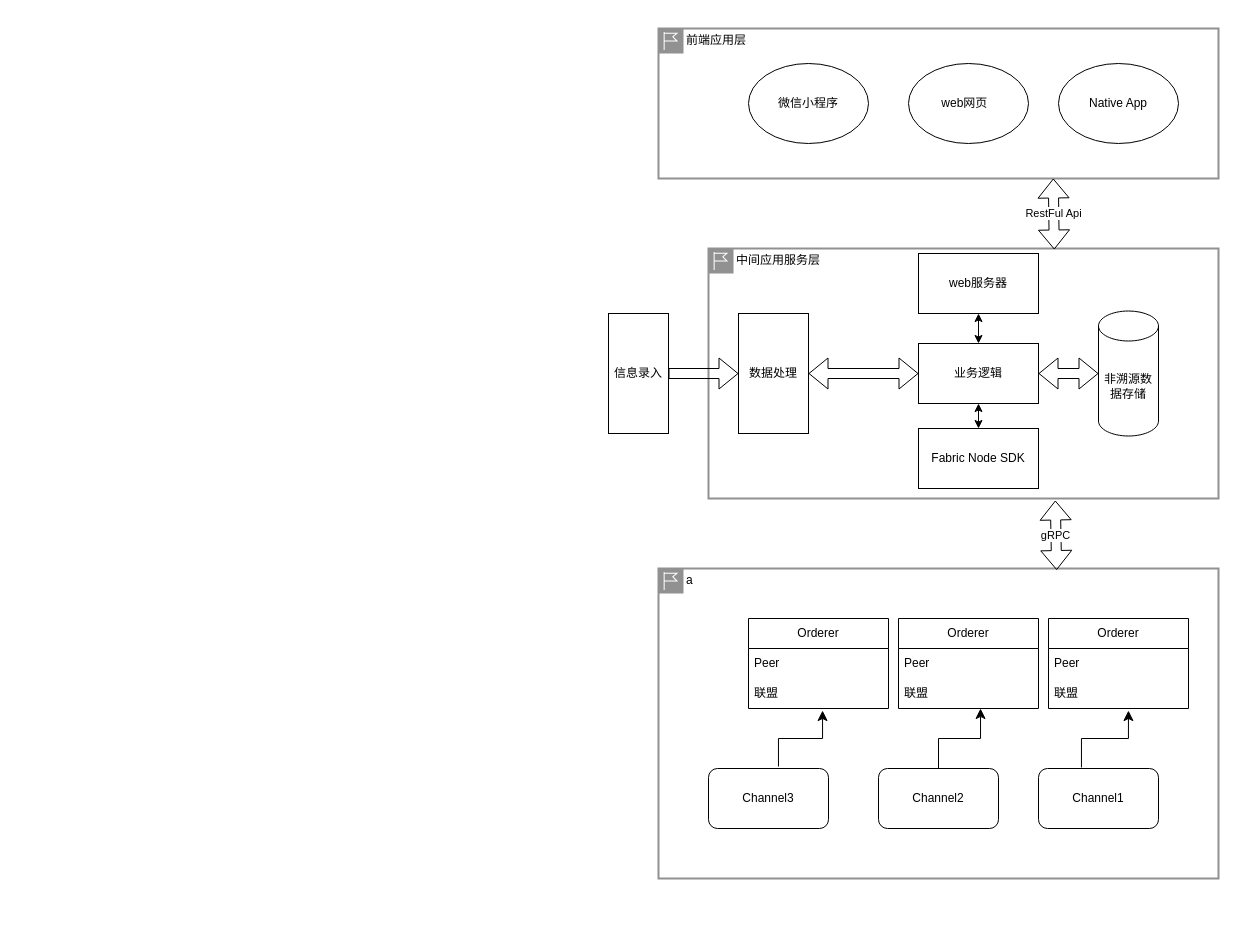
Before: 未命名绘图.drawio in geekxcan/Living-Story, a draw.io diagram. Source tidied: cells renumbered, new cells numbered last; positions are measured from the earlier drawing's top-left corner, leaving out a move shared by most shapes. Both pictures are drawn from the tidied source at 100%, with x=0, y=0 at pixel (608, 28).
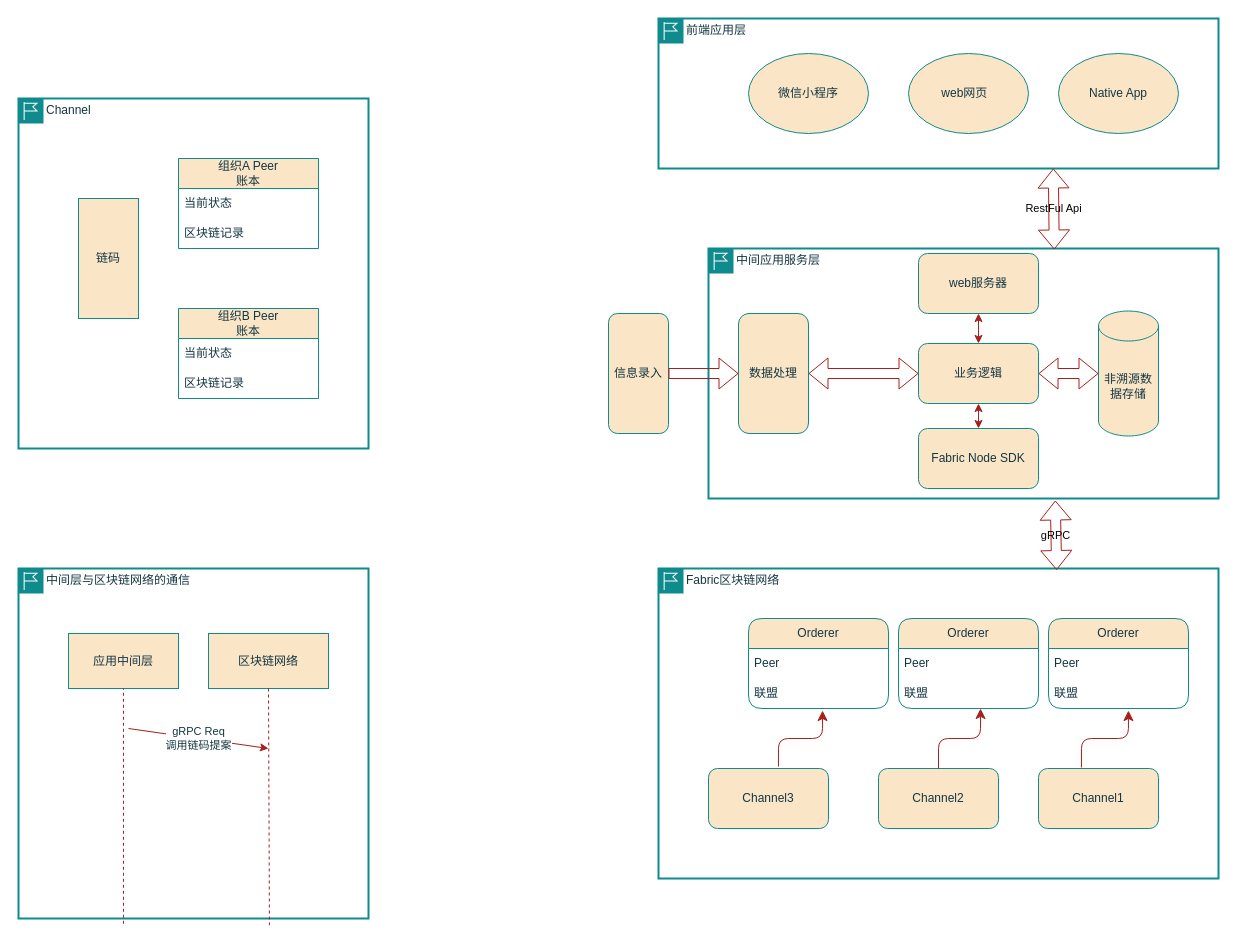
Above is the later version.

Commit message:
更新未命名绘图.drawio

What changed in the source:
```diff
@@
-    <mxCell id="2" value="前端应用层" style="shape=mxgraph.ibm.box;prType=region;fontStyle=0;verticalAlign=top;align=left;spacingLeft=32;spacingTop=4;fillColor=none;rounded=0;whiteSpace=wrap;html=1;strokeColor=#919191;strokeWidth=2;dashed=0;spacing=-4;" parent="1" vertex="1">
-      <mxGeometry x="50" width="560" height="150" as="geometry" />
+    <mxCell id="2" value="前端应用层" style="shape=mxgraph.ibm.box;prType=region;fontStyle=0;verticalAlign=top;align=left;spacingLeft=32;spacingTop=4;fillColor=none;rounded=1;whiteSpace=wrap;html=1;strokeColor=#0F8B8D;strokeWidth=2;dashed=0;spacing=-4;labelBackgroundColor=none;fontColor=#143642;" parent="1" vertex="1">
+      <mxGeometry x="50" y="-10" width="560" height="150" as="geometry" />
     </mxCell>
-    <mxCell id="3" value="微信小程序" style="ellipse;whiteSpace=wrap;html=1;" parent="2" vertex="1">
+    <mxCell id="3" value="微信小程序" style="ellipse;whiteSpace=wrap;html=1;labelBackgroundColor=none;fillColor=#FAE5C7;strokeColor=#0F8B8D;fontColor=#143642;rounded=1;" parent="2" vertex="1">
       <mxGeometry x="90" y="35" width="120" height="80" as="geometry" />
     </mxCell>
-    <mxCell id="4" value="web网页&lt;span style=&quot;white-space: pre;&quot;&gt;&#9;&lt;/span&gt;" style="ellipse;whiteSpace=wrap;html=1;" parent="2" vertex="1">
+    <mxCell id="4" value="web网页&lt;span style=&quot;white-space: pre;&quot;&gt;&#9;&lt;/span&gt;" style="ellipse;whiteSpace=wrap;html=1;labelBackgroundColor=none;fillColor=#FAE5C7;strokeColor=#0F8B8D;fontColor=#143642;rounded=1;" parent="2" vertex="1">
       <mxGeometry x="250" y="35" width="120" height="80" as="geometry" />
     </mxCell>
-    <mxCell id="5" value="Native App" style="ellipse;whiteSpace=wrap;html=1;" parent="2" vertex="1">
+    <mxCell id="5" value="Native App" style="ellipse;whiteSpace=wrap;html=1;labelBackgroundColor=none;fillColor=#FAE5C7;strokeColor=#0F8B8D;fontColor=#143642;rounded=1;" parent="2" vertex="1">
       <mxGeometry x="400" y="35" width="120" height="80" as="geometry" />
     </mxCell>
-    <mxCell id="6" value="中间应用服务层" style="shape=mxgraph.ibm.box;prType=region;fontStyle=0;verticalAlign=top;align=left;spacingLeft=32;spacingTop=4;fillColor=none;rounded=0;whiteSpace=wrap;html=1;strokeColor=#919191;strokeWidth=2;dashed=0;spacing=-4;" parent="1" vertex="1">
+    <mxCell id="6" value="中间应用服务层" style="shape=mxgraph.ibm.box;prType=region;fontStyle=0;verticalAlign=top;align=left;spacingLeft=32;spacingTop=4;fillColor=none;rounded=1;whiteSpace=wrap;html=1;strokeColor=#0F8B8D;strokeWidth=2;dashed=0;spacing=-4;labelBackgroundColor=none;fontColor=#143642;" parent="1" vertex="1">
       <mxGeometry x="100" y="220" width="510" height="250" as="geometry" />
     </mxCell>
-    <mxCell id="7" style="edgeStyle=orthogonalEdgeStyle;rounded=0;jettySize=auto;html=1;exitX=0.5;exitY=1;exitDx=0;exitDy=0;startArrow=classic;startFill=1;" parent="6" edge="1" source="8" target="10">
+    <mxCell id="7" style="edgeStyle=orthogonalEdgeStyle;rounded=1;jettySize=auto;html=1;exitX=0.5;exitY=1;exitDx=0;exitDy=0;startArrow=classic;startFill=1;labelBackgroundColor=none;strokeColor=#A8201A;fontColor=default;" parent="6" edge="1" source="8" target="10">
       <mxGeometry relative="1" as="geometry" />
     </mxCell>
-    <mxCell id="8" value="web服务器" style="rounded=0;whiteSpace=wrap;html=1;" parent="6" vertex="1">
+    <mxCell id="8" value="web服务器" style="rounded=1;whiteSpace=wrap;html=1;labelBackgroundColor=none;fillColor=#FAE5C7;strokeColor=#0F8B8D;fontColor=#143642;" parent="6" vertex="1">
       <mxGeometry x="210" y="5" width="120" height="60" as="geometry" />
     </mxCell>
-    <mxCell id="9" style="edgeStyle=orthogonalEdgeStyle;rounded=0;jettySize=auto;html=1;exitX=0.5;exitY=1;exitDx=0;exitDy=0;entryX=0.5;entryY=0;entryDx=0;entryDy=0;startArrow=classic;startFill=1;" parent="6" edge="1" source="10" target="11">
+    <mxCell id="9" style="edgeStyle=orthogonalEdgeStyle;rounded=1;jettySize=auto;html=1;exitX=0.5;exitY=1;exitDx=0;exitDy=0;entryX=0.5;entryY=0;entryDx=0;entryDy=0;startArrow=classic;startFill=1;labelBackgroundColor=none;strokeColor=#A8201A;fontColor=default;" parent="6" edge="1" source="10" target="11">
       <mxGeometry relative="1" as="geometry" />
     </mxCell>
-    <mxCell id="10" value="业务逻辑" style="rounded=0;whiteSpace=wrap;html=1;" parent="6" vertex="1">
+    <mxCell id="10" value="业务逻辑" style="rounded=1;whiteSpace=wrap;html=1;labelBackgroundColor=none;fillColor=#FAE5C7;strokeColor=#0F8B8D;fontColor=#143642;" parent="6" vertex="1">
       <mxGeometry x="210" y="95" width="120" height="60" as="geometry" />
     </mxCell>
-    <mxCell id="11" value="Fabric Node SDK" style="rounded=0;whiteSpace=wrap;html=1;" parent="6" vertex="1">
+    <mxCell id="11" value="Fabric Node SDK" style="rounded=1;whiteSpace=wrap;html=1;labelBackgroundColor=none;fillColor=#FAE5C7;strokeColor=#0F8B8D;fontColor=#143642;" parent="6" vertex="1">
       <mxGeometry x="210" y="180" width="120" height="60" as="geometry" />
     </mxCell>
-    <mxCell id="12" value="非溯源数据存储" style="shape=cylinder3;whiteSpace=wrap;html=1;boundedLbl=1;backgroundOutline=1;size=15;" parent="6" vertex="1">
+    <mxCell id="12" value="非溯源数据存储" style="shape=cylinder3;whiteSpace=wrap;html=1;boundedLbl=1;backgroundOutline=1;size=15;labelBackgroundColor=none;fillColor=#FAE5C7;strokeColor=#0F8B8D;fontColor=#143642;rounded=1;" parent="6" vertex="1">
       <mxGeometry x="390" y="62.5" width="60" height="125" as="geometry" />
     </mxCell>
-    <mxCell id="13" value="数据处理" style="rounded=0;whiteSpace=wrap;html=1;direction=south;" parent="6" vertex="1">
+    <mxCell id="13" value="数据处理" style="rounded=1;whiteSpace=wrap;html=1;direction=south;labelBackgroundColor=none;fillColor=#FAE5C7;strokeColor=#0F8B8D;fontColor=#143642;" parent="6" vertex="1">
       <mxGeometry x="30" y="65" width="70" height="120" as="geometry" />
     </mxCell>
-    <mxCell id="14" style="shape=flexArrow;endArrow=classic;startArrow=classic;html=1;rounded=0;exitX=0.5;exitY=0;exitDx=0;exitDy=0;entryX=0;entryY=0.5;entryDx=0;entryDy=0;" parent="6" edge="1" source="13" target="10">
+    <mxCell id="14" style="shape=flexArrow;endArrow=classic;startArrow=classic;html=1;rounded=1;exitX=0.5;exitY=0;exitDx=0;exitDy=0;entryX=0;entryY=0.5;entryDx=0;entryDy=0;labelBackgroundColor=none;strokeColor=#A8201A;fontColor=default;" parent="6" edge="1" source="13" target="10">
       <mxGeometry relative="1" as="geometry" />
     </mxCell>
-    <mxCell id="15" style="shape=flexArrow;endArrow=classic;startArrow=classic;html=1;rounded=0;exitX=1;exitY=0.5;exitDx=0;exitDy=0;entryX=0;entryY=0.5;entryDx=0;entryDy=0;entryPerimeter=0;" parent="6" edge="1" source="10" target="12">
+    <mxCell id="15" style="shape=flexArrow;endArrow=classic;startArrow=classic;html=1;rounded=1;exitX=1;exitY=0.5;exitDx=0;exitDy=0;entryX=0;entryY=0.5;entryDx=0;entryDy=0;entryPerimeter=0;labelBackgroundColor=none;strokeColor=#A8201A;fontColor=default;" parent="6" edge="1" source="10" target="12">
       <mxGeometry relative="1" as="geometry" />
     </mxCell>
-    <mxCell id="16" value="a" style="shape=mxgraph.ibm.box;prType=region;fontStyle=0;verticalAlign=top;align=left;spacingLeft=32;spacingTop=4;fillColor=none;rounded=0;whiteSpace=wrap;html=1;strokeColor=#919191;strokeWidth=2;dashed=0;spacing=-4;" parent="1" vertex="1">
+    <mxCell id="16" value="Fabric区块链网络" style="shape=mxgraph.ibm.box;prType=region;fontStyle=0;verticalAlign=top;align=left;spacingLeft=32;spacingTop=4;fillColor=none;rounded=1;whiteSpace=wrap;html=1;strokeColor=#0F8B8D;strokeWidth=2;dashed=0;spacing=-4;labelBackgroundColor=none;fontColor=#143642;" parent="1" vertex="1">
       <mxGeometry x="50" y="540" width="560" height="310" as="geometry" />
     </mxCell>
-    <mxCell id="17" value="Orderer" style="swimlane;fontStyle=0;horizontal=1;startSize=30;whiteSpace=wrap;html=1;" parent="16" vertex="1">
+    <mxCell id="17" value="Orderer" style="swimlane;fontStyle=0;horizontal=1;startSize=30;whiteSpace=wrap;html=1;labelBackgroundColor=none;fillColor=#FAE5C7;strokeColor=#0F8B8D;fontColor=#143642;rounded=1;" parent="16" vertex="1">
       <mxGeometry x="90" y="50" width="140" height="90" as="geometry" />
     </mxCell>
-    <mxCell id="18" value="Peer" style="text;strokeColor=none;fillColor=none;align=left;verticalAlign=middle;spacingLeft=4;spacingRight=4;overflow=hidden;whiteSpace=wrap;html=1;" parent="17" vertex="1">
+    <mxCell id="18" value="Peer" style="text;strokeColor=none;fillColor=none;align=left;verticalAlign=middle;spacingLeft=4;spacingRight=4;overflow=hidden;whiteSpace=wrap;html=1;labelBackgroundColor=none;fontColor=#143642;rounded=1;" parent="17" vertex="1">
       <mxGeometry y="30" width="140" height="30" as="geometry" />
     </mxCell>
-    <mxCell id="19" value="联盟" style="text;strokeColor=none;fillColor=none;align=left;verticalAlign=middle;spacingLeft=4;spacingRight=4;overflow=hidden;points=[[0,0.5],[1,0.5]];portConstraint=eastwest;whiteSpace=wrap;html=1;" parent="17" vertex="1">
+    <mxCell id="19" value="联盟" style="text;strokeColor=none;fillColor=none;align=left;verticalAlign=middle;spacingLeft=4;spacingRight=4;overflow=hidden;points=[[0,0.5],[1,0.5]];portConstraint=eastwest;whiteSpace=wrap;html=1;labelBackgroundColor=none;fontColor=#143642;rounded=1;" parent="17" vertex="1">
       <mxGeometry y="60" width="140" height="30" as="geometry" />
     </mxCell>
-    <mxCell id="20" value="Orderer" style="swimlane;fontStyle=0;horizontal=1;startSize=30;whiteSpace=wrap;html=1;" parent="16" vertex="1">
+    <mxCell id="20" value="Orderer" style="swimlane;fontStyle=0;horizontal=1;startSize=30;whiteSpace=wrap;html=1;labelBackgroundColor=none;fillColor=#FAE5C7;strokeColor=#0F8B8D;fontColor=#143642;rounded=1;" parent="16" vertex="1">
       <mxGeometry x="390" y="50" width="140" height="90" as="geometry" />
     </mxCell>
-    <mxCell id="21" value="Peer" style="text;strokeColor=none;fillColor=none;align=left;verticalAlign=middle;spacingLeft=4;spacingRight=4;overflow=hidden;whiteSpace=wrap;html=1;" parent="20" vertex="1">
+    <mxCell id="21" value="Peer" style="text;strokeColor=none;fillColor=none;align=left;verticalAlign=middle;spacingLeft=4;spacingRight=4;overflow=hidden;whiteSpace=wrap;html=1;labelBackgroundColor=none;fontColor=#143642;rounded=1;" parent="20" vertex="1">
       <mxGeometry y="30" width="140" height="30" as="geometry" />
     </mxCell>
-    <mxCell id="22" value="联盟" style="text;strokeColor=none;fillColor=none;align=left;verticalAlign=middle;spacingLeft=4;spacingRight=4;overflow=hidden;points=[[0,0.5],[1,0.5]];portConstraint=eastwest;whiteSpace=wrap;html=1;" parent="20" vertex="1">
+    <mxCell id="22" value="联盟" style="text;strokeColor=none;fillColor=none;align=left;verticalAlign=middle;spacingLeft=4;spacingRight=4;overflow=hidden;points=[[0,0.5],[1,0.5]];portConstraint=eastwest;whiteSpace=wrap;html=1;labelBackgroundColor=none;fontColor=#143642;rounded=1;" parent="20" vertex="1">
       <mxGeometry y="60" width="140" height="30" as="geometry" />
     </mxCell>
-    <mxCell id="23" value="Orderer" style="swimlane;fontStyle=0;horizontal=1;startSize=30;whiteSpace=wrap;html=1;" parent="16" vertex="1">
+    <mxCell id="23" value="Orderer" style="swimlane;fontStyle=0;horizontal=1;startSize=30;whiteSpace=wrap;html=1;labelBackgroundColor=none;fillColor=#FAE5C7;strokeColor=#0F8B8D;fontColor=#143642;rounded=1;" parent="16" vertex="1">
       <mxGeometry x="240" y="50" width="140" height="90" as="geometry" />
     </mxCell>
-    <mxCell id="24" value="Peer" style="text;strokeColor=none;fillColor=none;align=left;verticalAlign=middle;spacingLeft=4;spacingRight=4;overflow=hidden;whiteSpace=wrap;html=1;" parent="23" vertex="1">
+    <mxCell id="24" value="Peer" style="text;strokeColor=none;fillColor=none;align=left;verticalAlign=middle;spacingLeft=4;spacingRight=4;overflow=hidden;whiteSpace=wrap;html=1;labelBackgroundColor=none;fontColor=#143642;rounded=1;" parent="23" vertex="1">
       <mxGeometry y="30" width="140" height="30" as="geometry" />
     </mxCell>
-    <mxCell id="25" value="联盟" style="text;strokeColor=none;fillColor=none;align=left;verticalAlign=middle;spacingLeft=4;spacingRight=4;overflow=hidden;points=[[0,0.5],[1,0.5]];portConstraint=eastwest;whiteSpace=wrap;html=1;" parent="23" vertex="1">
+    <mxCell id="25" value="联盟" style="text;strokeColor=none;fillColor=none;align=left;verticalAlign=middle;spacingLeft=4;spacingRight=4;overflow=hidden;points=[[0,0.5],[1,0.5]];portConstraint=eastwest;whiteSpace=wrap;html=1;labelBackgroundColor=none;fontColor=#143642;rounded=1;" parent="23" vertex="1">
       <mxGeometry y="60" width="140" height="30" as="geometry" />
     </mxCell>
-    <mxCell id="26" value="Channel1" style="rounded=1;whiteSpace=wrap;html=1;" parent="1" vertex="1">
+    <mxCell id="26" value="Channel1" style="rounded=1;whiteSpace=wrap;html=1;labelBackgroundColor=none;fillColor=#FAE5C7;strokeColor=#0F8B8D;fontColor=#143642;" parent="1" vertex="1">
       <mxGeometry x="430" y="740" width="120" height="60" as="geometry" />
     </mxCell>
-    <mxCell id="27" value="Channel2" style="rounded=1;whiteSpace=wrap;html=1;" parent="1" vertex="1">
+    <mxCell id="27" value="Channel2" style="rounded=1;whiteSpace=wrap;html=1;labelBackgroundColor=none;fillColor=#FAE5C7;strokeColor=#0F8B8D;fontColor=#143642;" parent="1" vertex="1">
       <mxGeometry x="270" y="740" width="120" height="60" as="geometry" />
     </mxCell>
-    <mxCell id="28" value="Channel3" style="rounded=1;whiteSpace=wrap;html=1;" parent="1" vertex="1">
+    <mxCell id="28" value="Channel3" style="rounded=1;whiteSpace=wrap;html=1;labelBackgroundColor=none;fillColor=#FAE5C7;strokeColor=#0F8B8D;fontColor=#143642;" parent="1" vertex="1">
       <mxGeometry x="100" y="740" width="120" height="60" as="geometry" />
     </mxCell>
-    <mxCell id="29" value="gRPC" style="shape=flexArrow;endArrow=classic;startArrow=classic;html=1;rounded=0;entryX=0.68;entryY=1.008;entryDx=0;entryDy=0;entryPerimeter=0;exitX=0.711;exitY=0.005;exitDx=0;exitDy=0;exitPerimeter=0;" parent="1" edge="1" source="16" target="6">
+    <mxCell id="29" value="gRPC" style="shape=flexArrow;endArrow=classic;startArrow=classic;html=1;rounded=1;entryX=0.68;entryY=1.008;entryDx=0;entryDy=0;entryPerimeter=0;exitX=0.711;exitY=0.005;exitDx=0;exitDy=0;exitPerimeter=0;labelBackgroundColor=none;strokeColor=#A8201A;fontColor=default;" parent="1" edge="1" source="16" target="6">
       <mxGeometry relative="1" as="geometry" />
     </mxCell>
-    <mxCell id="30" style="edgeStyle=elbowEdgeStyle;elbow=vertical;endArrow=classic;html=1;curved=0;rounded=0;endSize=8;startSize=8;exitX=0.583;exitY=-0.033;exitDx=0;exitDy=0;exitPerimeter=0;entryX=0.529;entryY=1.067;entryDx=0;entryDy=0;entryPerimeter=0;" parent="1" edge="1" source="28" target="19">
+    <mxCell id="30" style="edgeStyle=elbowEdgeStyle;elbow=vertical;endArrow=classic;html=1;curved=0;rounded=1;endSize=8;startSize=8;exitX=0.583;exitY=-0.033;exitDx=0;exitDy=0;exitPerimeter=0;entryX=0.529;entryY=1.067;entryDx=0;entryDy=0;entryPerimeter=0;labelBackgroundColor=none;strokeColor=#A8201A;fontColor=default;" parent="1" edge="1" source="28" target="19">
       <mxGeometry relative="1" as="geometry" />
     </mxCell>
-    <mxCell id="31" style="edgeStyle=elbowEdgeStyle;elbow=vertical;endArrow=classic;html=1;curved=0;rounded=0;endSize=8;startSize=8;entryX=0.586;entryY=1;entryDx=0;entryDy=0;entryPerimeter=0;exitX=0.5;exitY=0;exitDx=0;exitDy=0;" parent="1" edge="1" source="27" target="25">
+    <mxCell id="31" style="edgeStyle=elbowEdgeStyle;elbow=vertical;endArrow=classic;html=1;curved=0;rounded=1;endSize=8;startSize=8;entryX=0.586;entryY=1;entryDx=0;entryDy=0;entryPerimeter=0;exitX=0.5;exitY=0;exitDx=0;exitDy=0;labelBackgroundColor=none;strokeColor=#A8201A;fontColor=default;" parent="1" edge="1" source="27" target="25">
       <mxGeometry relative="1" as="geometry" />
     </mxCell>
-    <mxCell id="32" style="edgeStyle=elbowEdgeStyle;elbow=vertical;endArrow=classic;html=1;curved=0;rounded=0;endSize=8;startSize=8;exitX=0.358;exitY=-0.017;exitDx=0;exitDy=0;exitPerimeter=0;entryX=0.571;entryY=1.067;entryDx=0;entryDy=0;entryPerimeter=0;" parent="1" edge="1" source="26" target="22">
+    <mxCell id="32" style="edgeStyle=elbowEdgeStyle;elbow=vertical;endArrow=classic;html=1;curved=0;rounded=1;endSize=8;startSize=8;exitX=0.358;exitY=-0.017;exitDx=0;exitDy=0;exitPerimeter=0;entryX=0.571;entryY=1.067;entryDx=0;entryDy=0;entryPerimeter=0;labelBackgroundColor=none;strokeColor=#A8201A;fontColor=default;" parent="1" edge="1" source="26" target="22">
       <mxGeometry relative="1" as="geometry" />
     </mxCell>
-    <mxCell id="33" value="RestFul Api" style="shape=flexArrow;endArrow=classic;startArrow=classic;html=1;rounded=0;entryX=0.705;entryY=1;entryDx=0;entryDy=0;entryPerimeter=0;exitX=0.678;exitY=0.004;exitDx=0;exitDy=0;exitPerimeter=0;labelPosition=center;verticalLabelPosition=middle;align=center;verticalAlign=middle;" parent="1" edge="1" source="6" target="2">
+    <mxCell id="33" value="RestFul Api" style="shape=flexArrow;endArrow=classic;startArrow=classic;html=1;rounded=1;entryX=0.705;entryY=1;entryDx=0;entryDy=0;entryPerimeter=0;exitX=0.678;exitY=0.004;exitDx=0;exitDy=0;exitPerimeter=0;labelPosition=center;verticalLabelPosition=middle;align=center;verticalAlign=middle;labelBackgroundColor=none;strokeColor=#A8201A;fontColor=default;" parent="1" edge="1" source="6" target="2">
       <mxGeometry relative="1" as="geometry" />
     </mxCell>
-    <mxCell id="34" value="信息录入" style="rounded=0;whiteSpace=wrap;html=1;direction=south;" parent="1" vertex="1">
+    <mxCell id="34" value="信息录入" style="rounded=1;whiteSpace=wrap;html=1;direction=south;labelBackgroundColor=none;fillColor=#FAE5C7;strokeColor=#0F8B8D;fontColor=#143642;" parent="1" vertex="1">
       <mxGeometry y="285" width="60" height="120" as="geometry" />
     </mxCell>
-    <mxCell id="35" style="shape=flexArrow;endArrow=classic;html=1;rounded=0;exitX=0.5;exitY=0;exitDx=0;exitDy=0;entryX=0.5;entryY=1;entryDx=0;entryDy=0;" parent="1" edge="1" source="34" target="13">
+    <mxCell id="35" style="shape=flexArrow;endArrow=classic;html=1;rounded=1;exitX=0.5;exitY=0;exitDx=0;exitDy=0;entryX=0.5;entryY=1;entryDx=0;entryDy=0;labelBackgroundColor=none;strokeColor=#A8201A;fontColor=default;" parent="1" edge="1" source="34" target="13">
       <mxGeometry relative="1" as="geometry" />
     </mxCell>
+    <mxCell id="37" value="Channel" style="shape=mxgraph.ibm.box;prType=region;fontStyle=0;verticalAlign=top;align=left;spacingLeft=32;spacingTop=4;fillColor=none;rounded=1;whiteSpace=wrap;html=1;strokeColor=#0F8B8D;strokeWidth=2;dashed=0;spacing=-4;labelBackgroundColor=none;fontColor=#143642;" parent="1" vertex="1">
+      <mxGeometry x="-590" y="70" width="350" height="350" as="geometry" />
+    </mxCell>
+    <mxCell id="38" value="链码" style="rounded=0;whiteSpace=wrap;html=1;strokeColor=#0F8B8D;fontColor=#143642;fillColor=#FAE5C7;direction=south;labelBackgroundColor=none;" parent="37" vertex="1">
+      <mxGeometry x="60" y="100" width="60" height="120" as="geometry" />
+    </mxCell>
+    <mxCell id="39" value="组织A Peer&lt;br&gt;账本" style="swimlane;fontStyle=0;horizontal=1;startSize=30;whiteSpace=wrap;html=1;strokeColor=#0F8B8D;fontColor=#143642;fillColor=#FAE5C7;labelBackgroundColor=none;" parent="37" vertex="1">
+      <mxGeometry x="160" y="60" width="140" height="90" as="geometry" />
+    </mxCell>
+    <mxCell id="40" value="当前状态" style="text;strokeColor=none;fillColor=none;align=left;verticalAlign=middle;spacingLeft=4;spacingRight=4;overflow=hidden;whiteSpace=wrap;html=1;fontColor=#143642;labelBackgroundColor=none;" parent="39" vertex="1">
+      <mxGeometry y="30" width="140" height="30" as="geometry" />
+    </mxCell>
+    <mxCell id="41" value="区块链记录" style="text;strokeColor=none;fillColor=none;align=left;verticalAlign=middle;spacingLeft=4;spacingRight=4;overflow=hidden;whiteSpace=wrap;html=1;fontColor=#143642;labelBackgroundColor=none;" parent="39" vertex="1">
+      <mxGeometry y="60" width="140" height="30" as="geometry" />
+    </mxCell>
+    <mxCell id="42" value="组织B Peer&lt;br&gt;账本" style="swimlane;fontStyle=0;horizontal=1;startSize=30;whiteSpace=wrap;html=1;strokeColor=#0F8B8D;fontColor=#143642;fillColor=#FAE5C7;labelBackgroundColor=none;" parent="37" vertex="1">
+      <mxGeometry x="160" y="210" width="140" height="90" as="geometry" />
+    </mxCell>
+    <mxCell id="43" value="当前状态" style="text;strokeColor=none;fillColor=none;align=left;verticalAlign=middle;spacingLeft=4;spacingRight=4;overflow=hidden;whiteSpace=wrap;html=1;fontColor=#143642;labelBackgroundColor=none;" parent="42" vertex="1">
+      <mxGeometry y="30" width="140" height="30" as="geometry" />
+    </mxCell>
+    <mxCell id="44" value="区块链记录" style="text;strokeColor=none;fillColor=none;align=left;verticalAlign=middle;spacingLeft=4;spacingRight=4;overflow=hidden;whiteSpace=wrap;html=1;fontColor=#143642;labelBackgroundColor=none;" parent="42" vertex="1">
+      <mxGeometry y="60" width="140" height="30" as="geometry" />
+    </mxCell>
+    <mxCell id="45" value="中间层与区块链网络的通信" style="shape=mxgraph.ibm.box;prType=region;fontStyle=0;verticalAlign=top;align=left;spacingLeft=32;spacingTop=4;fillColor=none;rounded=1;whiteSpace=wrap;html=1;strokeColor=#0F8B8D;strokeWidth=2;dashed=0;spacing=-4;labelBackgroundColor=none;fontColor=#143642;" parent="1" vertex="1">
+      <mxGeometry x="-590" y="540" width="350" height="350" as="geometry" />
+    </mxCell>
+    <mxCell id="46" value="应用中间层" style="rounded=0;whiteSpace=wrap;html=1;strokeColor=#0F8B8D;fontColor=#143642;fillColor=#FAE5C7;" parent="45" vertex="1">
+      <mxGeometry x="50" y="65" width="110" height="55" as="geometry" />
+    </mxCell>
+    <mxCell id="47" value="区块链网络" style="rounded=0;whiteSpace=wrap;html=1;strokeColor=#0F8B8D;fontColor=#143642;fillColor=#FAE5C7;" parent="45" vertex="1">
+      <mxGeometry x="190" y="65" width="120" height="55" as="geometry" />
+    </mxCell>
+    <mxCell id="48" style="endArrow=none;dashed=1;html=1;rounded=0;strokeColor=#A8201A;fontColor=#143642;fillColor=#FAE5C7;entryX=0.5;entryY=1;entryDx=0;entryDy=0;exitX=0.3;exitY=1.015;exitDx=0;exitDy=0;exitPerimeter=0;" parent="45" edge="1" source="45" target="46">
+      <mxGeometry relative="1" as="geometry" />
+    </mxCell>
+    <mxCell id="49" style="endArrow=none;dashed=1;html=1;rounded=0;strokeColor=#A8201A;fontColor=#143642;fillColor=#FAE5C7;exitX=0.5;exitY=1;exitDx=0;exitDy=0;entryX=0.717;entryY=1.019;entryDx=0;entryDy=0;entryPerimeter=0;" parent="45" edge="1" source="47" target="45">
+      <mxGeometry relative="1" as="geometry" />
+    </mxCell>
+    <mxCell id="50" value="gRPC Req&lt;br&gt;调用链码提案" style="endArrow=classic;html=1;rounded=0;strokeColor=#A8201A;fontColor=#143642;fillColor=#FAE5C7;" parent="1" edge="1">
+      <mxGeometry relative="1" as="geometry">
+        <mxPoint x="-480" y="700" as="sourcePoint" />
+        <mxPoint x="-340" y="720" as="targetPoint" />
+      </mxGeometry>
+    </mxCell>
```
